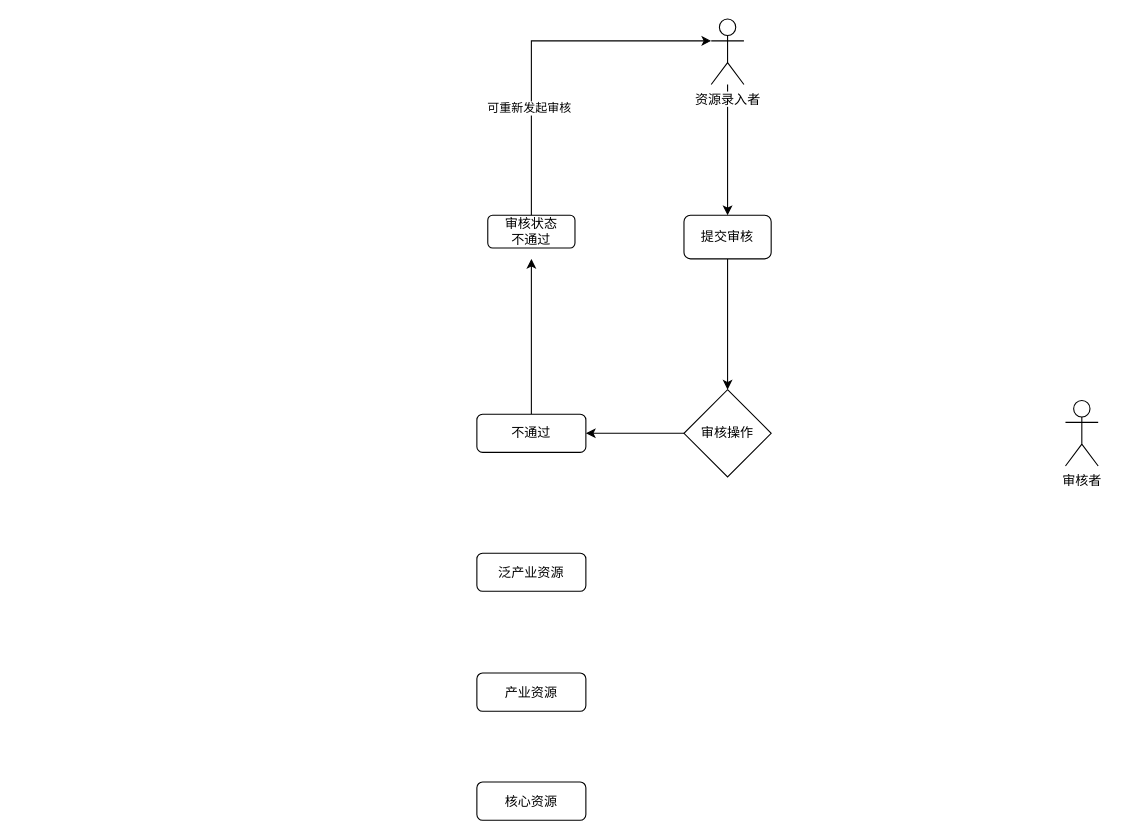
Before: drop.drawio in kukulop/kukulop.github.io, a draw.io diagram. Source tidied: cells renumbered, new cells numbered last; positions are measured from the earlier drawing's top-left corner, leaving out a move shared by most shapes. Both pictures are drawn from the tidied source at 109%, with x=0, y=0 at pixel (476, 19).
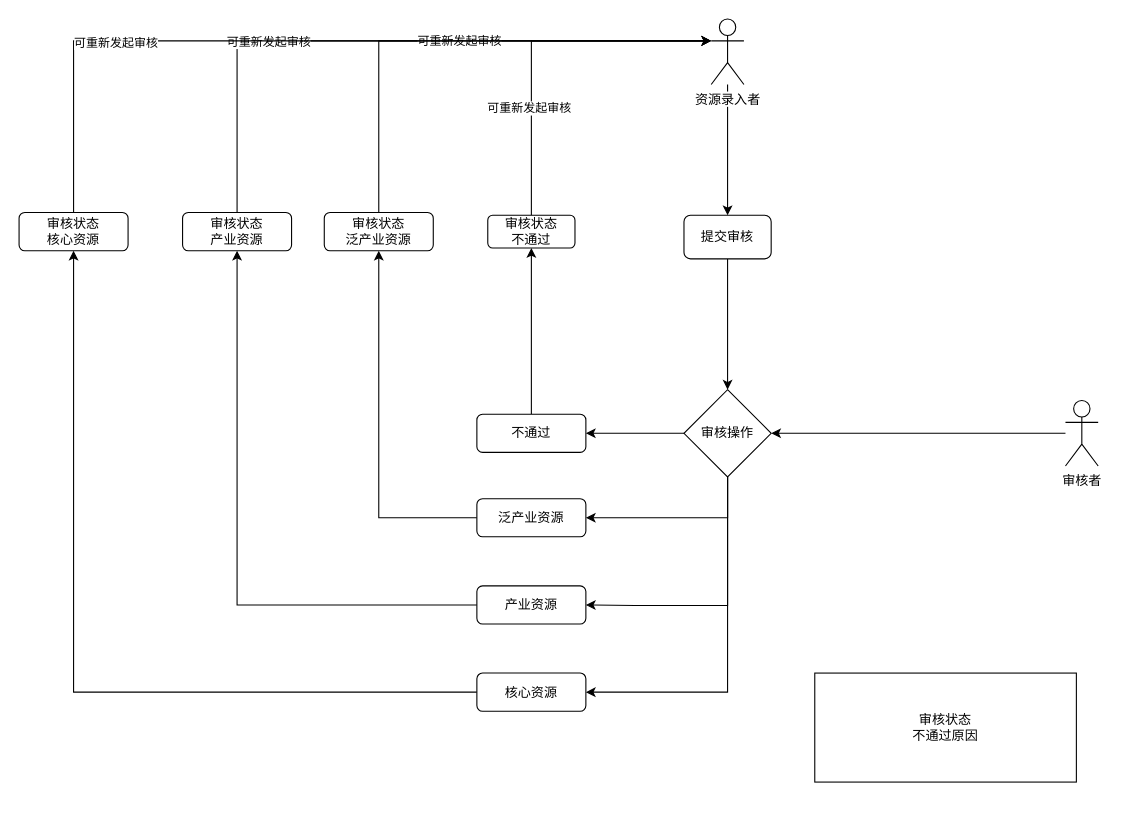
After the change.

Unchanged cells that the change refers to:
```xml
<mxCell id="5" value="资源录入者" style="shape=umlActor;verticalLabelPosition=bottom;labelBackgroundColor=#ffffff;verticalAlign=top;html=1;outlineConnect=0;" parent="1" vertex="1">
  <mxGeometry x="215" width="30" height="60" as="geometry" />
</mxCell>
<mxCell id="7" value="审核操作" style="rhombus;whiteSpace=wrap;html=1;" parent="1" vertex="1">
  <mxGeometry x="190" y="340" width="80" height="80" as="geometry" />
</mxCell>
<mxCell id="8" value="审核者" style="shape=umlActor;verticalLabelPosition=bottom;labelBackgroundColor=#ffffff;verticalAlign=top;html=1;outlineConnect=0;" parent="1" vertex="1">
  <mxGeometry x="540" y="350" width="30" height="60" as="geometry" />
</mxCell>
<mxCell id="10" value="不通过" style="rounded=1;whiteSpace=wrap;html=1;" parent="1" vertex="1">
  <mxGeometry y="362.5" width="100" height="35" as="geometry" />
</mxCell>
<mxCell id="13" value="审核状态&lt;br&gt;不通过" style="rounded=1;whiteSpace=wrap;html=1;" parent="1" vertex="1">
  <mxGeometry x="10" y="180" width="80" height="30" as="geometry" />
</mxCell>
```

The edit, as a diff of the source:
```diff
@@
+    <mxCell id="17" style="edgeStyle=orthogonalEdgeStyle;rounded=0;jettySize=auto;html=1;exitX=0.5;exitY=1;exitDx=0;exitDy=0;entryX=1;entryY=0.5;entryDx=0;entryDy=0;" parent="1" edge="1" source="7" target="14">
+      <mxGeometry relative="1" as="geometry" />
+    </mxCell>
+    <mxCell id="18" style="edgeStyle=orthogonalEdgeStyle;rounded=0;jettySize=auto;html=1;entryX=1;entryY=0.5;entryDx=0;entryDy=0;" parent="1" edge="1" source="7" target="15">
+      <mxGeometry relative="1" as="geometry">
+        <Array as="points">
+          <mxPoint x="230" y="538" />
+          <mxPoint x="145" y="538" />
+        </Array>
+      </mxGeometry>
+    </mxCell>
+    <mxCell id="19" style="edgeStyle=orthogonalEdgeStyle;rounded=0;jettySize=auto;html=1;exitX=0.5;exitY=1;exitDx=0;exitDy=0;entryX=1;entryY=0.5;entryDx=0;entryDy=0;" parent="1" edge="1" source="7" target="16">
+      <mxGeometry relative="1" as="geometry" />
+    </mxCell>
@@
+    <mxCell id="20" style="edgeStyle=orthogonalEdgeStyle;rounded=0;jettySize=auto;html=1;entryX=1;entryY=0.5;entryDx=0;entryDy=0;" parent="1" edge="1" source="8" target="7">
+      <mxGeometry relative="1" as="geometry" />
+    </mxCell>
@@
-    <mxCell id="9" style="edgeStyle=orthogonalEdgeStyle;rounded=0;jettySize=auto;html=1;" parent="1" edge="1" source="10">
-      <mxGeometry relative="1" as="geometry">
-        <mxPoint x="50" y="220" as="targetPoint" />
-      </mxGeometry>
+    <mxCell id="9" style="edgeStyle=orthogonalEdgeStyle;rounded=0;jettySize=auto;html=1;entryX=0.5;entryY=1;entryDx=0;entryDy=0;" parent="1" edge="1" source="10" target="13">
+      <mxGeometry relative="1" as="geometry" />
     </mxCell>
@@
+    <mxCell id="21" style="edgeStyle=orthogonalEdgeStyle;rounded=0;jettySize=auto;html=1;entryX=0.5;entryY=1;entryDx=0;entryDy=0;" parent="1" edge="1" source="14" target="25">
+      <mxGeometry relative="1" as="geometry" />
+    </mxCell>
     <mxCell id="14" value="泛产业资源" style="rounded=1;whiteSpace=wrap;html=1;" parent="1" vertex="1">
-      <mxGeometry y="490" width="100" height="35" as="geometry" />
+      <mxGeometry y="440" width="100" height="35" as="geometry" />
     </mxCell>
+    <mxCell id="22" style="edgeStyle=orthogonalEdgeStyle;rounded=0;jettySize=auto;html=1;entryX=0.5;entryY=1;entryDx=0;entryDy=0;" parent="1" edge="1" source="15" target="28">
+      <mxGeometry relative="1" as="geometry" />
+    </mxCell>
     <mxCell id="15" value="产业资源" style="rounded=1;whiteSpace=wrap;html=1;" parent="1" vertex="1">
-      <mxGeometry y="600" width="100" height="35" as="geometry" />
+      <mxGeometry y="520" width="100" height="35" as="geometry" />
     </mxCell>
+    <mxCell id="23" style="edgeStyle=orthogonalEdgeStyle;rounded=0;jettySize=auto;html=1;entryX=0.5;entryY=1;entryDx=0;entryDy=0;" parent="1" edge="1" source="16" target="31">
+      <mxGeometry relative="1" as="geometry" />
+    </mxCell>
     <mxCell id="16" value="核心资源" style="rounded=1;whiteSpace=wrap;html=1;" parent="1" vertex="1">
-      <mxGeometry y="700" width="100" height="35" as="geometry" />
+      <mxGeometry y="600" width="100" height="35" as="geometry" />
     </mxCell>
+    <mxCell id="24" value="可重新发起审核" style="edgeStyle=orthogonalEdgeStyle;rounded=0;jettySize=auto;html=1;entryX=0;entryY=0.3333333333333333;entryDx=0;entryDy=0;entryPerimeter=0;" parent="1" edge="1" source="25" target="5">
+      <mxGeometry relative="1" as="geometry">
+        <Array as="points">
+          <mxPoint x="-90" y="20" />
+        </Array>
+      </mxGeometry>
+    </mxCell>
+    <mxCell id="25" value="审核状态&lt;br&gt;泛产业资源" style="rounded=1;whiteSpace=wrap;html=1;" parent="1" vertex="1">
+      <mxGeometry x="-140" y="177.5" width="100" height="35" as="geometry" />
+    </mxCell>
+    <mxCell id="26" style="edgeStyle=orthogonalEdgeStyle;rounded=0;jettySize=auto;html=1;entryX=0;entryY=0.3333333333333333;entryDx=0;entryDy=0;entryPerimeter=0;" parent="1" edge="1" source="28" target="5">
+      <mxGeometry relative="1" as="geometry">
+        <Array as="points">
+          <mxPoint x="-220" y="20" />
+        </Array>
+      </mxGeometry>
+    </mxCell>
+    <mxCell id="27" value="可重新发起审核" style="edgeLabel;html=1;align=center;verticalAlign=middle;" parent="26" vertex="1">
+      <mxGeometry x="-0.47" y="-28" relative="1" as="geometry" />
+    </mxCell>
+    <mxCell id="28" value="审核状态&lt;br&gt;产业资源" style="rounded=1;whiteSpace=wrap;html=1;" parent="1" vertex="1">
+      <mxGeometry x="-270" y="177.5" width="100" height="35" as="geometry" />
+    </mxCell>
+    <mxCell id="29" style="edgeStyle=orthogonalEdgeStyle;rounded=0;jettySize=auto;html=1;exitX=0.5;exitY=0;exitDx=0;exitDy=0;entryX=0;entryY=0.3333333333333333;entryDx=0;entryDy=0;entryPerimeter=0;" parent="1" edge="1" source="31" target="5">
+      <mxGeometry relative="1" as="geometry" />
+    </mxCell>
+    <mxCell id="30" value="可重新发起审核" style="edgeLabel;html=1;align=center;verticalAlign=middle;" parent="29" vertex="1">
+      <mxGeometry x="-0.58" y="-38" relative="1" as="geometry" />
+    </mxCell>
+    <mxCell id="31" value="审核状态&lt;br&gt;核心资源" style="rounded=1;whiteSpace=wrap;html=1;" parent="1" vertex="1">
+      <mxGeometry x="-420" y="177.5" width="100" height="35" as="geometry" />
+    </mxCell>
+    <mxCell id="32" value="审核状态&lt;br&gt;不通过原因" style="rounded=0;whiteSpace=wrap;html=1;" parent="1" vertex="1">
+      <mxGeometry x="310" y="600" width="240" height="100" as="geometry" />
+    </mxCell>
```
